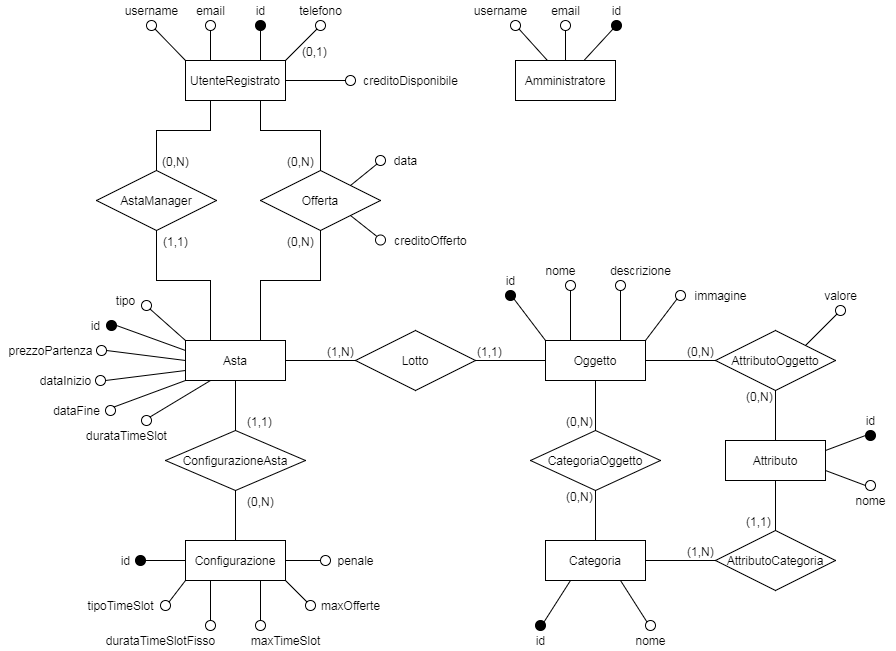
Before: Documentazione/Progettazione/Database/Restructured ER Diagram/Restructured ER Diagram.png, a diagram exported from draw.io (UnimibSoftEngCourse1920/progetto-aste-2-gruppo-aste-2). Source tidied: cells renumbered, new cells last; positions are measured from the earlier drawing's top-left corner, leaving out a move shared by most shapes.
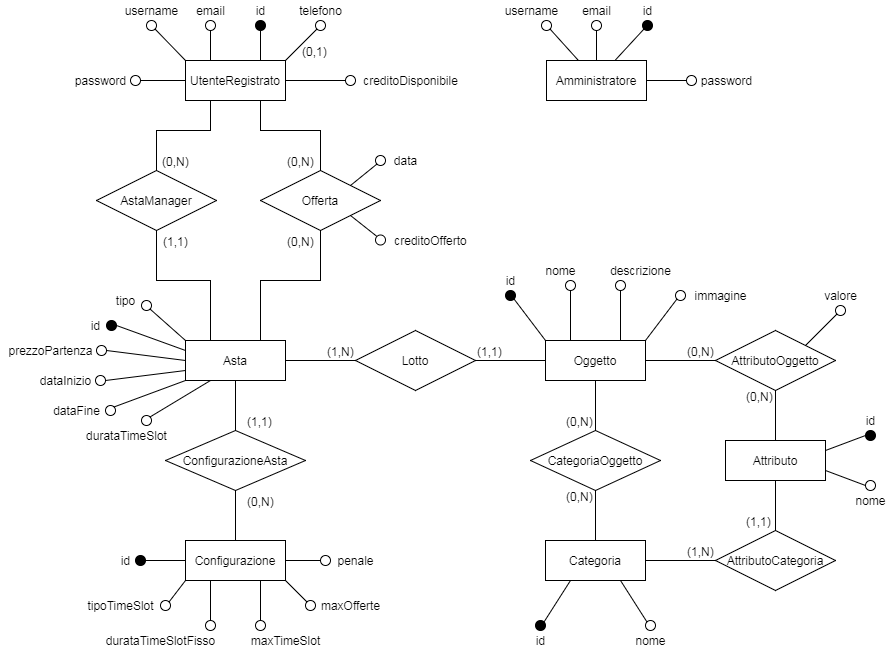
The same diagram one commit later.

Commit message:
Updated Class Diagram and Database Diagrams

The edit, as a diff of the source:
```diff
@@ -21,28 +21,28 @@
       <mxGeometry x="355" y="330" width="120" height="60" as="geometry" />
     </mxCell>
     <mxCell id="8" value="username" style="text;html=1;align=center;verticalAlign=middle;" parent="1" vertex="1">
-      <mxGeometry x="465" width="70" height="20" as="geometry" />
+      <mxGeometry x="496" width="70" height="20" as="geometry" />
     </mxCell>
     <mxCell id="9" value="Amministratore" style="whiteSpace=wrap;html=1;align=center;" parent="1" vertex="1">
-      <mxGeometry x="515" y="60" width="100" height="40" as="geometry" />
+      <mxGeometry x="546" y="60" width="100" height="40" as="geometry" />
     </mxCell>
     <mxCell id="10" style="endArrow=none;html=1;labelBackgroundColor=#000000;fillColor=#000000;entryX=1;entryY=1;entryDx=0;entryDy=0;" parent="1" edge="1" source="9" target="11">
       <mxGeometry relative="1" as="geometry" />
     </mxCell>
     <mxCell id="11" style="ellipse;whiteSpace=wrap;html=1;align=center;" parent="1" vertex="1">
-      <mxGeometry x="510" y="20" width="10" height="10" as="geometry" />
+      <mxGeometry x="541" y="20" width="10" height="10" as="geometry" />
     </mxCell>
     <mxCell id="12" value="email" style="text;html=1;align=center;verticalAlign=middle;" parent="1" vertex="1">
-      <mxGeometry x="545" width="40" height="20" as="geometry" />
+      <mxGeometry x="576" width="40" height="20" as="geometry" />
     </mxCell>
     <mxCell id="13" style="ellipse;whiteSpace=wrap;html=1;align=center;" parent="1" vertex="1">
-      <mxGeometry x="560" y="20" width="10" height="10" as="geometry" />
+      <mxGeometry x="591" y="20" width="10" height="10" as="geometry" />
     </mxCell>
     <mxCell id="14" value="id" style="text;html=1;align=center;verticalAlign=middle;" parent="1" vertex="1">
-      <mxGeometry x="606" width="20" height="20" as="geometry" />
+      <mxGeometry x="637" width="20" height="20" as="geometry" />
     </mxCell>
     <mxCell id="15" style="ellipse;whiteSpace=wrap;html=1;align=center;fillColor=#000000;" parent="1" vertex="1">
-      <mxGeometry x="611" y="20" width="10" height="10" as="geometry" />
+      <mxGeometry x="642" y="20" width="10" height="10" as="geometry" />
     </mxCell>
     <mxCell id="16" style="endArrow=none;html=1;labelBackgroundColor=#000000;fillColor=#000000;entryX=0.5;entryY=1;entryDx=0;entryDy=0;" parent="1" edge="1" source="9" target="13">
       <mxGeometry relative="1" as="geometry" />
@@ -460,5 +460,23 @@
     <mxCell id="137" style="ellipse;whiteSpace=wrap;html=1;align=center;fillColor=#000000;" parent="1" vertex="1">
       <mxGeometry x="865" y="430" width="10" height="10" as="geometry" />
     </mxCell>
+    <mxCell id="138" style="endArrow=none;html=1;labelBackgroundColor=#000000;fillColor=#000000;exitX=0;exitY=0.5;exitDx=0;exitDy=0;entryX=1;entryY=0.5;entryDx=0;entryDy=0;" parent="1" edge="1" source="2" target="140">
+      <mxGeometry relative="1" as="geometry" />
+    </mxCell>
+    <mxCell id="139" value="password" style="text;html=1;align=center;verticalAlign=middle;" parent="1" vertex="1">
+      <mxGeometry x="65" y="70" width="70" height="20" as="geometry" />
+    </mxCell>
+    <mxCell id="140" style="ellipse;whiteSpace=wrap;html=1;align=center;" parent="1" vertex="1">
+      <mxGeometry x="130" y="75" width="10" height="10" as="geometry" />
+    </mxCell>
+    <mxCell id="141" value="password" style="text;html=1;align=center;verticalAlign=middle;" parent="1" vertex="1">
+      <mxGeometry x="691" y="70" width="70" height="20" as="geometry" />
+    </mxCell>
+    <mxCell id="142" style="ellipse;whiteSpace=wrap;html=1;align=center;" parent="1" vertex="1">
+      <mxGeometry x="686" y="75" width="10" height="10" as="geometry" />
+    </mxCell>
+    <mxCell id="143" style="endArrow=none;html=1;labelBackgroundColor=#000000;fillColor=#000000;entryX=0;entryY=0.5;entryDx=0;entryDy=0;exitX=1;exitY=0.5;exitDx=0;exitDy=0;" parent="1" edge="1" source="9" target="142">
+      <mxGeometry relative="1" as="geometry" />
+    </mxCell>
   </root>
 </mxGraphModel>
```
